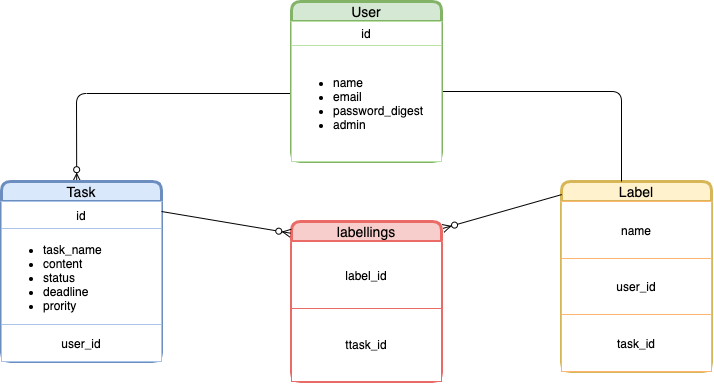
Before: docs/ER_taskManyo_01.png, a diagram exported from draw.io (mo09e/task-manyo). Source tidied: cells renumbered, new cells last; positions are measured from the earlier drawing's top-left corner, leaving out a move shared by most shapes.
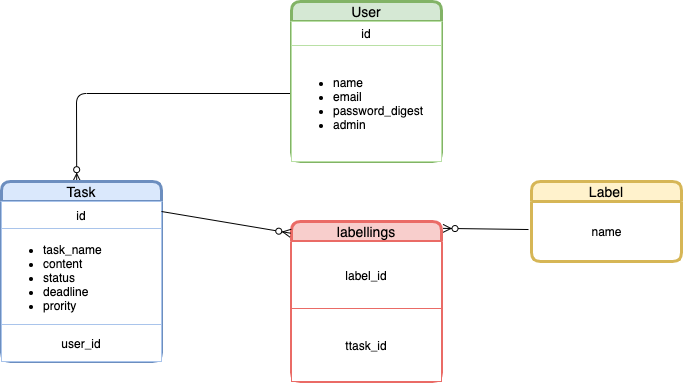
The same diagram one commit later.

Change to the diagram source:
```diff
@@ -2,30 +2,6 @@
   <root>
     <mxCell id="0" />
     <mxCell id="1" parent="0" />
-    <mxCell id="2" value="Label" style="swimlane;horizontal=1;startSize=20;rounded=1;fontSize=14;fontStyle=0;strokeWidth=3;shadow=0;dashed=0;align=center;fillColor=#fff2cc;strokeColor=#d6b656;" parent="1" vertex="1">
-      <mxGeometry x="560" y="180" width="150" height="190" as="geometry" />
-    </mxCell>
-    <mxCell id="3" style="shape=table;html=1;whiteSpace=wrap;startSize=0;strokeColor=#FFB570;" parent="2" vertex="1">
-      <mxGeometry y="20" width="150" height="170" as="geometry" />
-    </mxCell>
-    <mxCell id="4" style="shape=partialRectangle;html=1;whiteSpace=wrap;fillColor=none;top=0;left=0;bottom=0;right=0;" parent="3" vertex="1">
-      <mxGeometry width="150" height="57" as="geometry" />
-    </mxCell>
-    <mxCell id="5" value="name" style="shape=partialRectangle;html=1;whiteSpace=wrap;overflow=hidden;fillColor=none;top=0;left=0;bottom=0;right=0;" parent="4" vertex="1">
-      <mxGeometry width="150" height="57" as="geometry" />
-    </mxCell>
-    <mxCell id="6" style="shape=partialRectangle;html=1;whiteSpace=wrap;fillColor=none;top=0;left=0;bottom=0;right=0;" parent="3" vertex="1">
-      <mxGeometry y="57" width="150" height="56" as="geometry" />
-    </mxCell>
-    <mxCell id="7" value="user_id" style="shape=partialRectangle;html=1;whiteSpace=wrap;overflow=hidden;fillColor=none;top=0;left=0;bottom=0;right=0;" parent="6" vertex="1">
-      <mxGeometry width="150" height="56" as="geometry" />
-    </mxCell>
-    <mxCell id="8" style="shape=partialRectangle;html=1;whiteSpace=wrap;fillColor=none;top=0;left=0;bottom=0;right=0;" parent="3" vertex="1">
-      <mxGeometry y="113" width="150" height="57" as="geometry" />
-    </mxCell>
-    <mxCell id="9" value="task_id" style="shape=partialRectangle;html=1;whiteSpace=wrap;overflow=hidden;fillColor=none;top=0;left=0;bottom=0;right=0;" parent="8" vertex="1">
-      <mxGeometry width="150" height="57" as="geometry" />
-    </mxCell>
     <mxCell id="10" style="endArrow=ERzeroToMany;html=1;entryX=0.47;entryY=0.001;entryDx=0;entryDy=0;endFill=1;entryPerimeter=0;" parent="1" edge="1" target="12">
       <mxGeometry relative="1" as="geometry">
         <mxPoint x="359" y="92" as="sourcePoint" />
@@ -34,14 +10,6 @@
         </Array>
       </mxGeometry>
     </mxCell>
-    <mxCell id="11" style="endArrow=none;html=1;entryX=0.4;entryY=0;entryDx=0;entryDy=0;entryPerimeter=0;" parent="1" edge="1" target="2">
-      <mxGeometry relative="1" as="geometry">
-        <mxPoint x="441" y="90" as="sourcePoint" />
-        <Array as="points">
-          <mxPoint x="620" y="90" />
-        </Array>
-      </mxGeometry>
-    </mxCell>
     <mxCell id="12" value="Task" style="swimlane;horizontal=1;startSize=20;rounded=1;fontSize=14;fontStyle=0;strokeWidth=3;shadow=0;dashed=0;align=center;fillColor=#dae8fc;strokeColor=#6c8ebf;" parent="1" vertex="1">
       <mxGeometry y="180" width="160" height="180" as="geometry" />
     </mxCell>
@@ -107,8 +75,14 @@
         <mxPoint x="160" y="210" as="sourcePoint" />
       </mxGeometry>
     </mxCell>
-    <mxCell id="33" style="endArrow=ERzeroToMany;html=1;rounded=0;endFill=1;exitX=0.001;exitY=0.069;exitDx=0;exitDy=0;exitPerimeter=0;entryX=1.01;entryY=0.043;entryDx=0;entryDy=0;entryPerimeter=0;" parent="1" edge="1" source="2" target="26">
+    <mxCell id="33" style="endArrow=ERzeroToMany;html=1;rounded=0;endFill=1;exitX=-0.02;exitY=0.467;exitDx=0;exitDy=0;exitPerimeter=0;entryX=1.01;entryY=0.043;entryDx=0;entryDy=0;entryPerimeter=0;" parent="1" edge="1" source="5" target="26">
       <mxGeometry relative="1" as="geometry" />
     </mxCell>
+    <mxCell id="2" value="Label" style="swimlane;horizontal=1;startSize=20;rounded=1;fontSize=14;fontStyle=0;strokeWidth=3;shadow=0;dashed=0;align=center;fillColor=#fff2cc;strokeColor=#d6b656;" parent="1" vertex="1">
+      <mxGeometry x="530" y="180" width="150" height="80" as="geometry" />
+    </mxCell>
+    <mxCell id="5" value="name" style="text;html=1;align=center;verticalAlign=middle;points=[];" parent="2" vertex="1">
+      <mxGeometry y="20" width="150" height="60" as="geometry" />
+    </mxCell>
   </root>
 </mxGraphModel>
```
